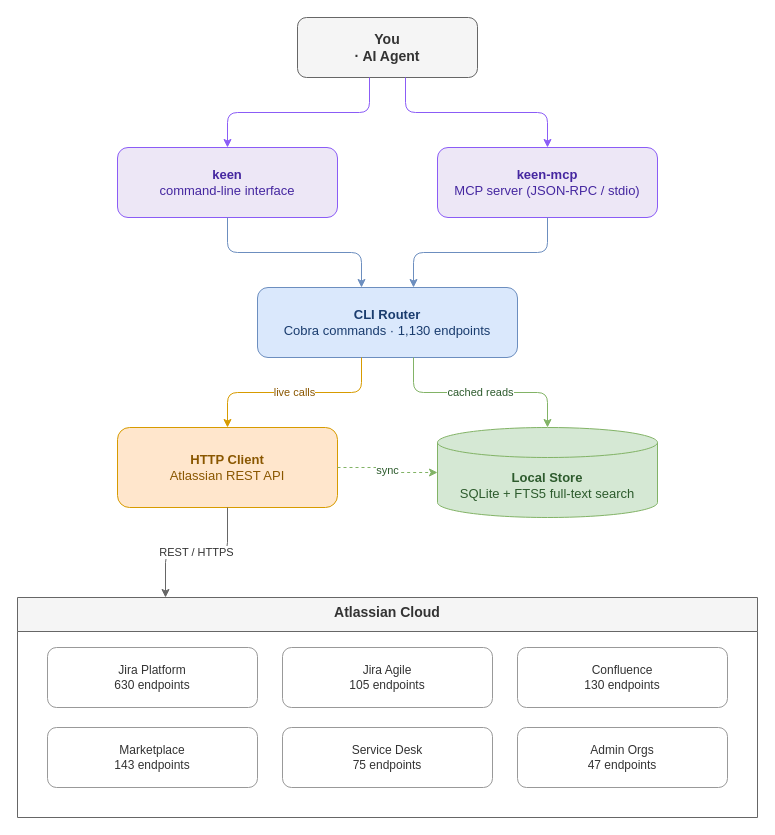
The draw.io diagram docs/diagrams/architecture.drawio in imogenlabs/keen, before the edit. Source tidied: cells renumbered, new cells numbered last; positions are measured from the earlier drawing's top-left corner, leaving out a move shared by most shapes. Both pictures are drawn from the tidied source at 100%, with x=0, y=0 at pixel (17, 17).
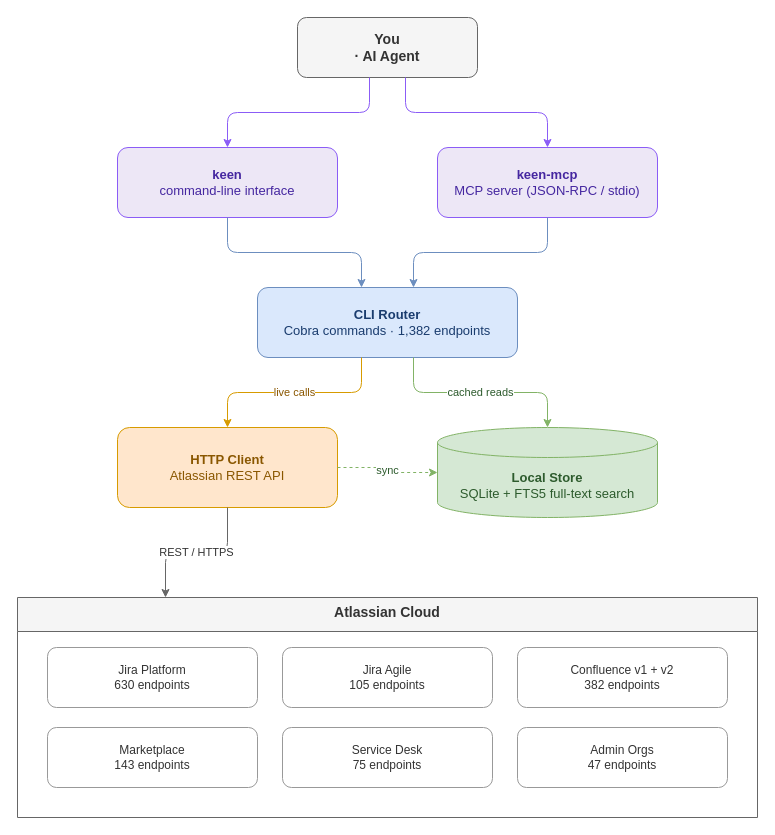
The same page after the edit.

The change refers to these unchanged cells:
```xml
<mxCell id="8" value="Atlassian Cloud" style="swimlane;startSize=34;whiteSpace=wrap;html=1;fillColor=#f5f5f5;strokeColor=#666666;fontColor=#333333;fontSize=14;fontStyle=1;verticalAlign=top;" parent="1" vertex="1">
  <mxGeometry y="580" width="740" height="220" as="geometry" />
</mxCell>
```

The edit, as a diff of the source:
```diff
@@
-    <mxCell id="5" value="&lt;b&gt;CLI Router&lt;/b&gt;&#10;Cobra commands · 1,130 endpoints" style="rounded=1;whiteSpace=wrap;html=1;fillColor=#dae8fc;strokeColor=#6c8ebf;fontColor=#1a3c6e;fontSize=13;" parent="1" vertex="1">
+    <mxCell id="5" value="&lt;b&gt;CLI Router&lt;/b&gt;&#10;Cobra commands · 1,382 endpoints" style="rounded=1;whiteSpace=wrap;html=1;fillColor=#dae8fc;strokeColor=#6c8ebf;fontColor=#1a3c6e;fontSize=13;" parent="1" vertex="1">
       <mxGeometry x="240" y="270" width="260" height="70" as="geometry" />
     </mxCell>
@@
-    <mxCell id="11" value="Confluence&#10;130 endpoints" style="rounded=1;whiteSpace=wrap;html=1;fillColor=#ffffff;strokeColor=#999999;fontColor=#333333;fontSize=12;" parent="8" vertex="1">
+    <mxCell id="11" value="Confluence v1 + v2&#10;382 endpoints" style="rounded=1;whiteSpace=wrap;html=1;fillColor=#ffffff;strokeColor=#999999;fontColor=#333333;fontSize=12;" parent="8" vertex="1">
       <mxGeometry x="500" y="50" width="210" height="60" as="geometry" />
     </mxCell>
```
